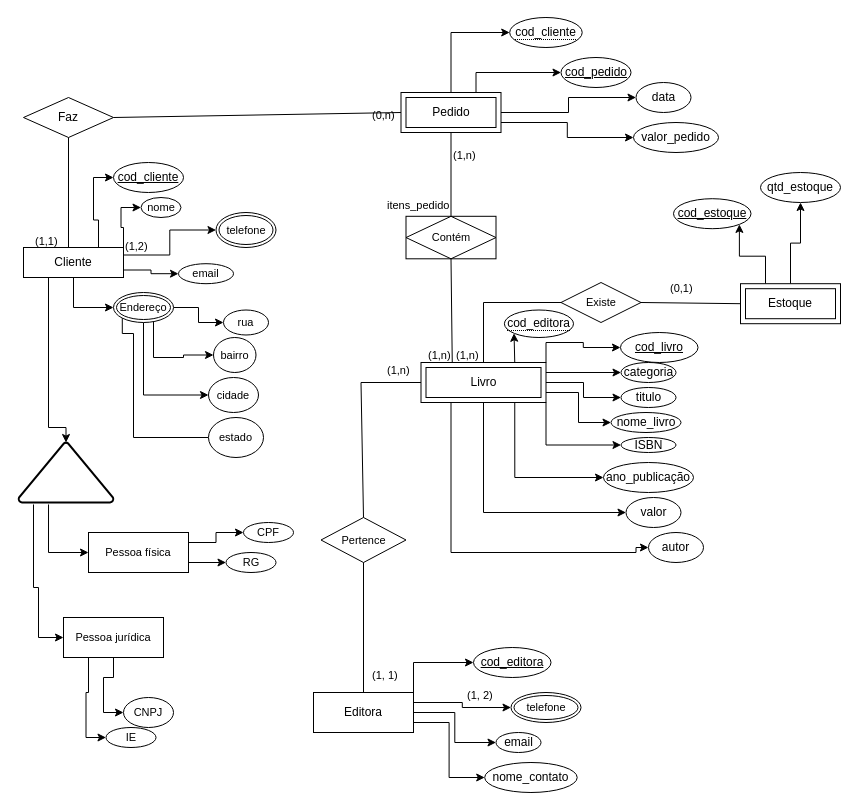
Earlier version of the draw.io diagram DER/DER.drawio (fraanpsilva/modelagem_db). Source tidied: cells renumbered, new cells numbered last; positions are measured from the earlier drawing's top-left corner, leaving out a move shared by most shapes. Both pictures are drawn from the tidied source at 100%, with x=0, y=0 at pixel (18, 17).
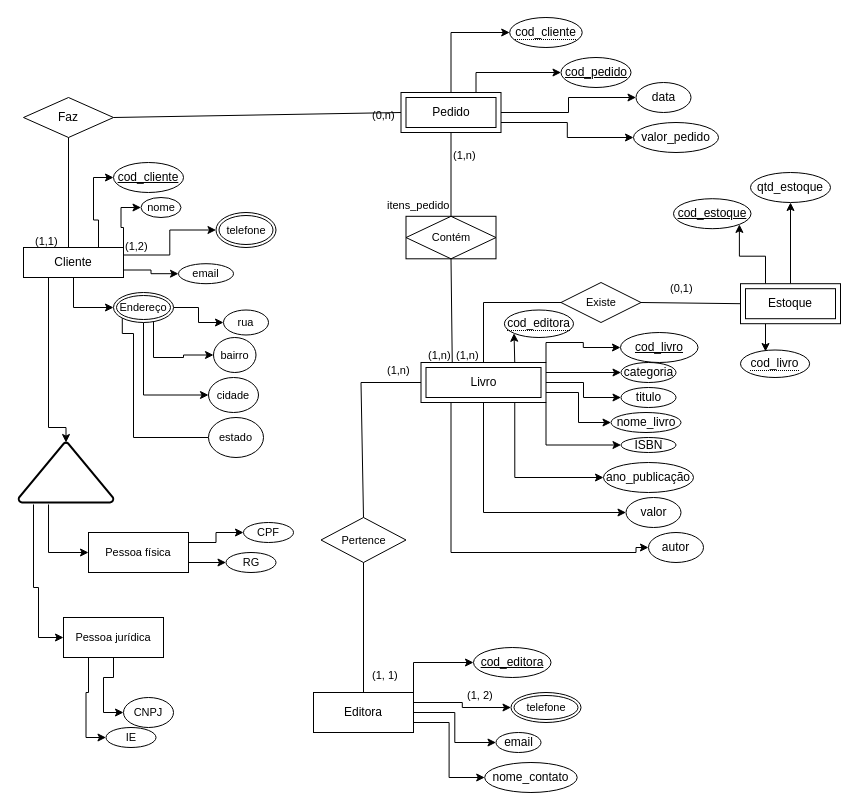
After the change.

The change refers to these unchanged cells:
```xml
<mxCell id="30" value="Estoque" style="shape=ext;margin=3;double=1;whiteSpace=wrap;html=1;align=center;" parent="1" vertex="1">
  <mxGeometry x="722" y="266.2" width="100" height="40" as="geometry" />
</mxCell>
```

Diff of the diagram source:
```diff
@@
+    <mxCell id="100" style="edgeStyle=orthogonalEdgeStyle;rounded=0;jettySize=auto;html=1;exitX=0.25;exitY=1;exitDx=0;exitDy=0;entryX=0.362;entryY=0.055;entryDx=0;entryDy=0;entryPerimeter=0;" parent="1" edge="1" source="30" target="101">
+      <mxGeometry relative="1" as="geometry" />
+    </mxCell>
@@
     <mxCell id="92" value="qtd_estoque" style="ellipse;whiteSpace=wrap;html=1;" parent="1" vertex="1">
-      <mxGeometry x="742" y="155" width="80" height="30" as="geometry" />
+      <mxGeometry x="732" y="155" width="80" height="30" as="geometry" />
     </mxCell>
@@
+    <mxCell id="101" value="&lt;span style=&quot;border-bottom: 1px dotted&quot;&gt;cod_livro&lt;/span&gt;" style="ellipse;whiteSpace=wrap;html=1;align=center;fillColor=#FFFFFF;" parent="1" vertex="1">
+      <mxGeometry x="722" y="332.5" width="69.1" height="27.5" as="geometry" />
+    </mxCell>
```
